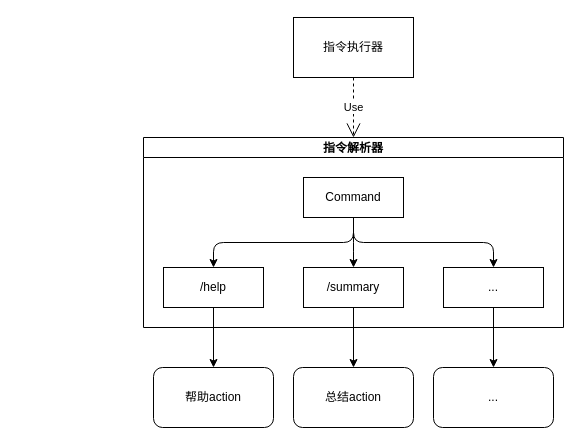
Above: 记录机器人开始和结束时间-责任链+策略模式.drawio in FlyThroughAir/DrawHere (draw.io), before the change. Source tidied: cells renumbered, new cells numbered last; positions are measured from the earlier drawing's top-left corner, leaving out a move shared by most shapes. Both pictures are drawn from the tidied source at 100%, with x=0, y=0 at pixel (143, 17).
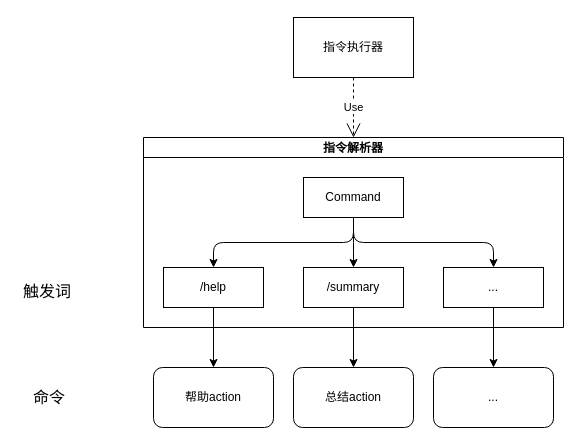
The same page after the edit.

Commit message:
更新记录机器人开始和结束时间-责任链+策略模式.drawio

Diff of the diagram source:
```diff
@@
 <mxGraphModel>
   <root>
     <mxCell id="0" />
     <mxCell id="1" parent="0" />
     <mxCell id="2" value="指令解析器" style="swimlane;startSize=20;horizontal=1;horizontalTree=0;sortEdges=1;containerType=tree;fontSize=12;" parent="1" vertex="1">
       <mxGeometry y="120" width="420" height="190" as="geometry" />
     </mxCell>
     <mxCell id="3" value="Command" style="whiteSpace=wrap;html=1;" parent="2" vertex="1">
       <mxGeometry x="160" y="40" width="100" height="40" as="geometry" />
     </mxCell>
     <mxCell id="4" value="/help" style="whiteSpace=wrap;html=1;" parent="2" vertex="1">
       <mxGeometry x="20" y="130" width="100" height="40" as="geometry" />
     </mxCell>
     <mxCell id="5" style="edgeStyle=elbowEdgeStyle;elbow=vertical;html=1;rounded=1;curved=0;sourcePerimeterSpacing=0;targetPerimeterSpacing=0;startSize=6;endSize=6;" parent="2" edge="1" source="3" target="4">
       <mxGeometry relative="1" as="geometry" />
     </mxCell>
     <mxCell id="6" value="/summary" style="whiteSpace=wrap;html=1;" parent="2" vertex="1">
       <mxGeometry x="160" y="130" width="100" height="40" as="geometry" />
     </mxCell>
     <mxCell id="7" style="edgeStyle=elbowEdgeStyle;elbow=vertical;html=1;rounded=1;curved=0;sourcePerimeterSpacing=0;targetPerimeterSpacing=0;startSize=6;endSize=6;" parent="2" edge="1" source="3" target="6">
       <mxGeometry relative="1" as="geometry" />
     </mxCell>
     <mxCell id="8" style="edgeStyle=orthogonalEdgeStyle;rounded=1;jettySize=auto;html=1;strokeColor=default;align=center;verticalAlign=middle;fontFamily=Helvetica;fontSize=11;fontColor=default;labelBackgroundColor=default;elbow=vertical;startSize=6;endArrow=classic;endSize=6;sourcePerimeterSpacing=0;targetPerimeterSpacing=0;curved=0;exitX=0.5;exitY=1;exitDx=0;exitDy=0;" parent="2" edge="1" source="3" target="9">
       <mxGeometry relative="1" as="geometry" />
     </mxCell>
     <mxCell id="9" value="..." style="whiteSpace=wrap;html=1;" parent="2" vertex="1">
       <mxGeometry x="300" y="130" width="100" height="40" as="geometry" />
     </mxCell>
     <mxCell id="10" value="指令执行器" style="rounded=0;whiteSpace=wrap;html=1;" parent="1" vertex="1">
       <mxGeometry x="150" width="120" height="60" as="geometry" />
     </mxCell>
     <mxCell id="11" value="Use" style="endArrow=open;endSize=12;dashed=1;html=1;rounded=0;entryX=0.5;entryY=0;entryDx=0;entryDy=0;exitX=0.5;exitY=1;exitDx=0;exitDy=0;" parent="1" edge="1" source="10" target="2">
       <mxGeometry relative="1" as="geometry" />
     </mxCell>
     <mxCell id="12" value="帮助action" style="rounded=1;whiteSpace=wrap;html=1;" parent="1" vertex="1">
       <mxGeometry x="10" y="350" width="120" height="60" as="geometry" />
     </mxCell>
     <mxCell id="13" style="edgeStyle=orthogonalEdgeStyle;rounded=0;jettySize=auto;html=1;" parent="1" edge="1" source="4" target="12">
       <mxGeometry relative="1" as="geometry" />
     </mxCell>
     <mxCell id="14" value="总结action" style="rounded=1;whiteSpace=wrap;html=1;" parent="1" vertex="1">
       <mxGeometry x="150" y="350" width="120" height="60" as="geometry" />
     </mxCell>
     <mxCell id="15" style="edgeStyle=orthogonalEdgeStyle;rounded=0;jettySize=auto;html=1;" parent="1" edge="1" source="6" target="14">
       <mxGeometry relative="1" as="geometry" />
     </mxCell>
     <mxCell id="16" value="..." style="rounded=1;whiteSpace=wrap;html=1;" parent="1" vertex="1">
       <mxGeometry x="290" y="350" width="120" height="60" as="geometry" />
     </mxCell>
     <mxCell id="17" style="edgeStyle=orthogonalEdgeStyle;rounded=0;jettySize=auto;html=1;" parent="1" edge="1" source="9" target="16">
       <mxGeometry relative="1" as="geometry" />
     </mxCell>
+    <mxCell id="18" value="触发词" style="text;html=1;align=center;verticalAlign=middle;whiteSpace=wrap;rounded=0;fontSize=16;" parent="1" vertex="1">
+      <mxGeometry x="-126" y="259" width="60" height="30" as="geometry" />
+    </mxCell>
+    <mxCell id="19" value="命令" style="text;html=1;align=center;verticalAlign=middle;whiteSpace=wrap;rounded=0;fontSize=16;" parent="1" vertex="1">
+      <mxGeometry x="-124" y="365" width="60" height="30" as="geometry" />
+    </mxCell>
   </root>
 </mxGraphModel>
```
